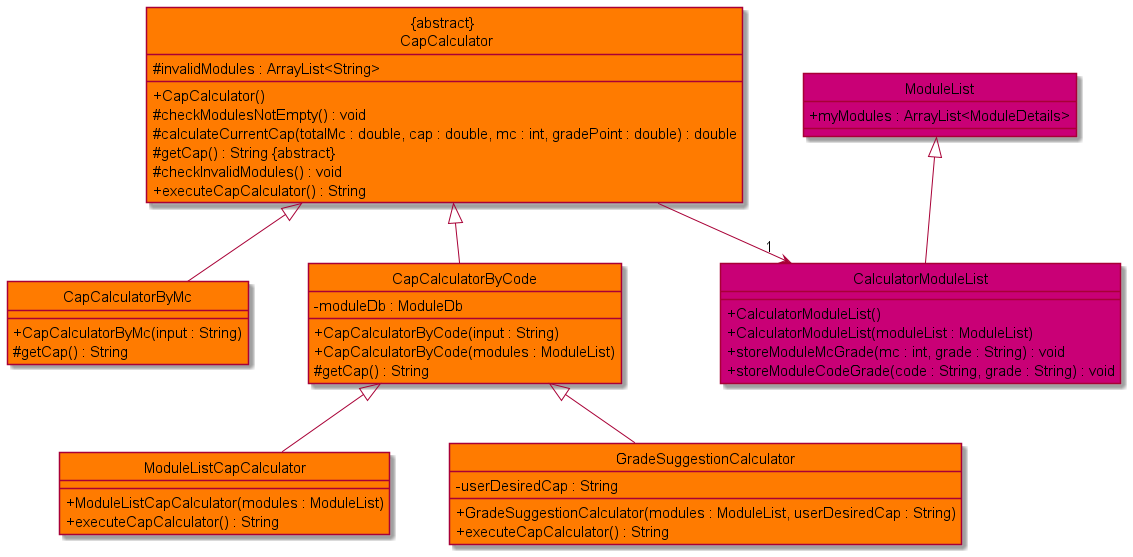
The PlantUML diagram docs/assets/images/CapCalculatorClassDiagram.png in shyamgj1900/tp, before a commit.
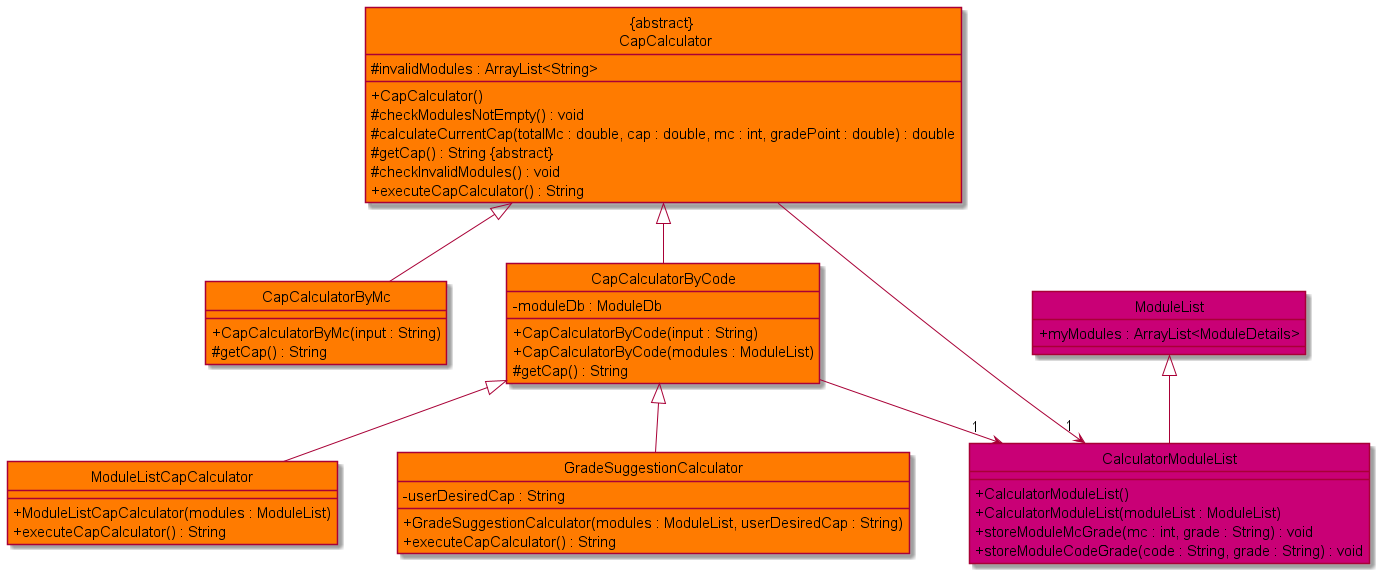
After the commit.

Commit message:
Update cap calculator diagrams in DG

Change to the diagram source:
```diff
@@ -58,6 +58,7 @@
 "ModuleList" ^-- CalculatorModuleList
 
 "ABSTRACT \n CapCalculator" --> "1" "CalculatorModuleList"
+"CapCalculatorByCode" --> "1" "CalculatorModuleList"
 
 
 @enduml
```
